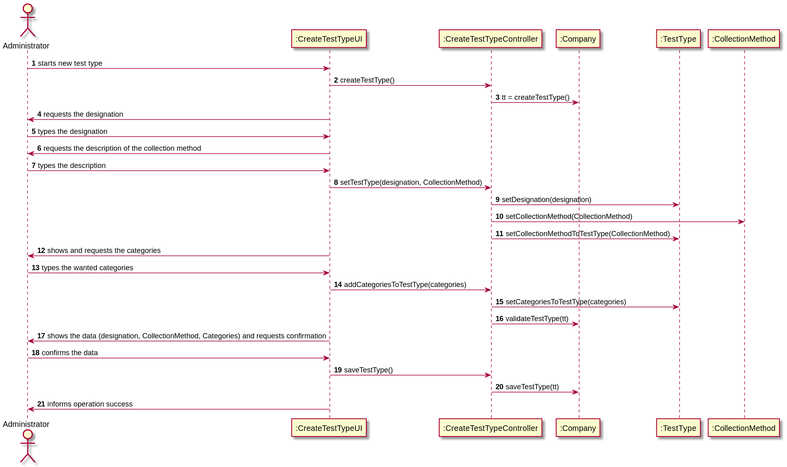
Above: docs/SprintB/US9/US9_SD.svg in MadDinosaur/ISEP-LAPR2 (PlantUML), before the change.
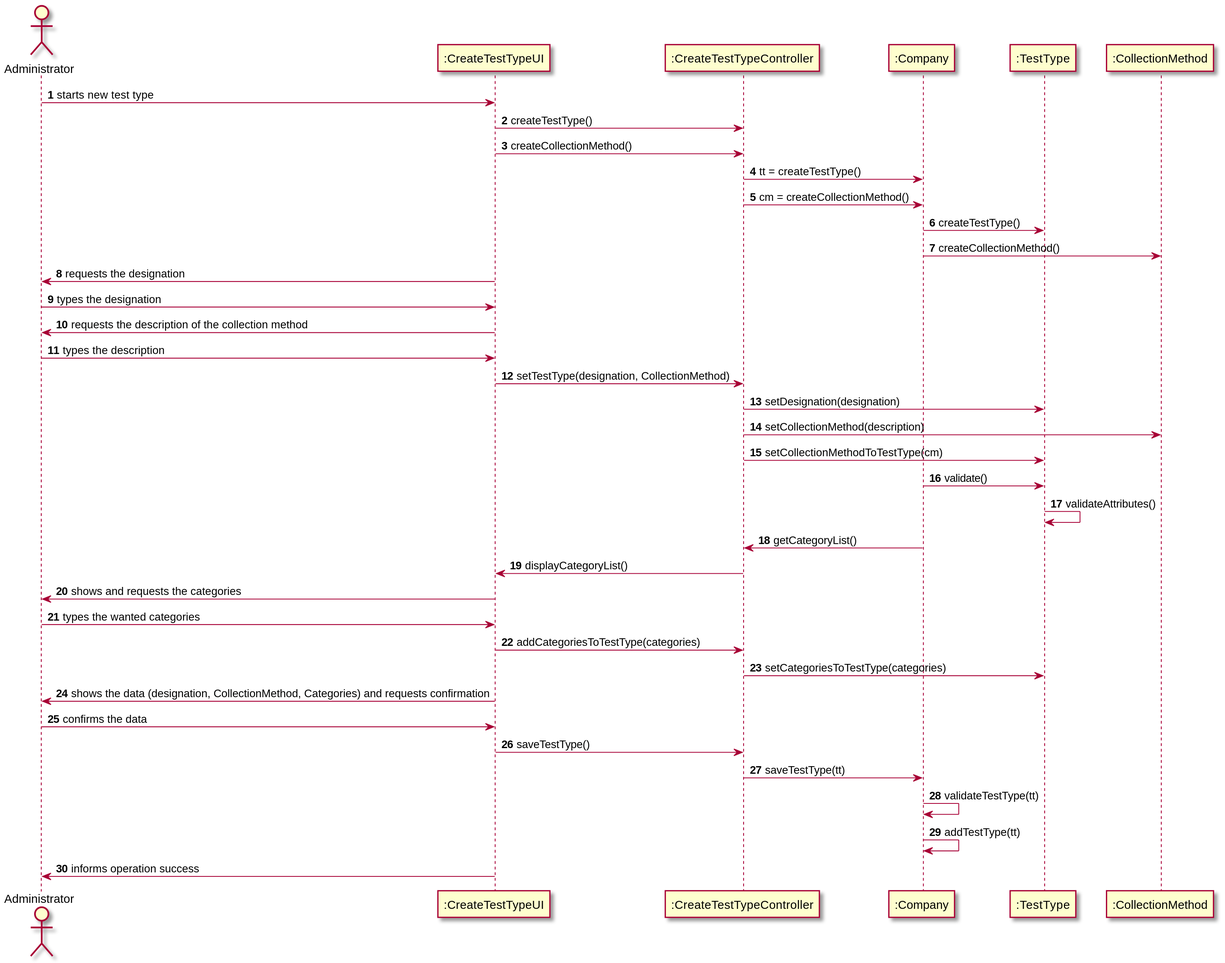
After the commit.

Diff of the diagram source:
```diff
@@ -7,7 +7,11 @@
 
 Administrator -> ":CreateTestTypeUI": starts new test type
 ":CreateTestTypeUI" -> ":CreateTestTypeController": createTestType()
+":CreateTestTypeUI" -> ":CreateTestTypeController": createCollectionMethod()
 ":CreateTestTypeController" -> ":Company": tt = createTestType()
+":CreateTestTypeController" -> ":Company": cm = createCollectionMethod()
+":Company" -> ":TestType": createTestType()
+":Company" -> ":CollectionMethod": createCollectionMethod()
 
 ":CreateTestTypeUI" -> Administrator: requests the designation
 Administrator -> ":CreateTestTypeUI": types the designation
@@ -16,19 +20,26 @@
 
 ":CreateTestTypeUI" -> ":CreateTestTypeController": setTestType(designation, CollectionMethod)
 ":CreateTestTypeController" -> ":TestType": setDesignation(designation)
-":CreateTestTypeController" -> ":CollectionMethod": setCollectionMethod(CollectionMethod)
-":CreateTestTypeController" -> ":TestType": setCollectionMethodToTestType(CollectionMethod)
+":CreateTestTypeController" -> ":CollectionMethod": setCollectionMethod(description)
+":CreateTestTypeController" -> ":TestType": setCollectionMethodToTestType(cm)
+
+":Company" -> ":TestType": validate()
+":TestType" -> ":TestType": validateAttributes()
+
+":Company" -> ":CreateTestTypeController": getCategoryList()
+":CreateTestTypeController" -> ":CreateTestTypeUI": displayCategoryList()
 
 ":CreateTestTypeUI" -> Administrator: shows and requests the categories
 Administrator -> ":CreateTestTypeUI": types the wanted categories
 
 ":CreateTestTypeUI" -> ":CreateTestTypeController": addCategoriesToTestType(categories)
 ":CreateTestTypeController" -> ":TestType": setCategoriesToTestType(categories)
-":CreateTestTypeController" -> ":Company": validateTestType(tt)
 ":CreateTestTypeUI" -> Administrator: shows the data (designation, CollectionMethod, Categories) and requests confirmation
 Administrator -> ":CreateTestTypeUI": confirms the data
 ":CreateTestTypeUI" -> ":CreateTestTypeController": saveTestType()
 ":CreateTestTypeController" -> ":Company": saveTestType(tt)
+":Company" -> ":Company": validateTestType(tt)
+":Company" -> ":Company": addTestType(tt)
 
 ":CreateTestTypeUI" -> Administrator: informs operation success
 
```
